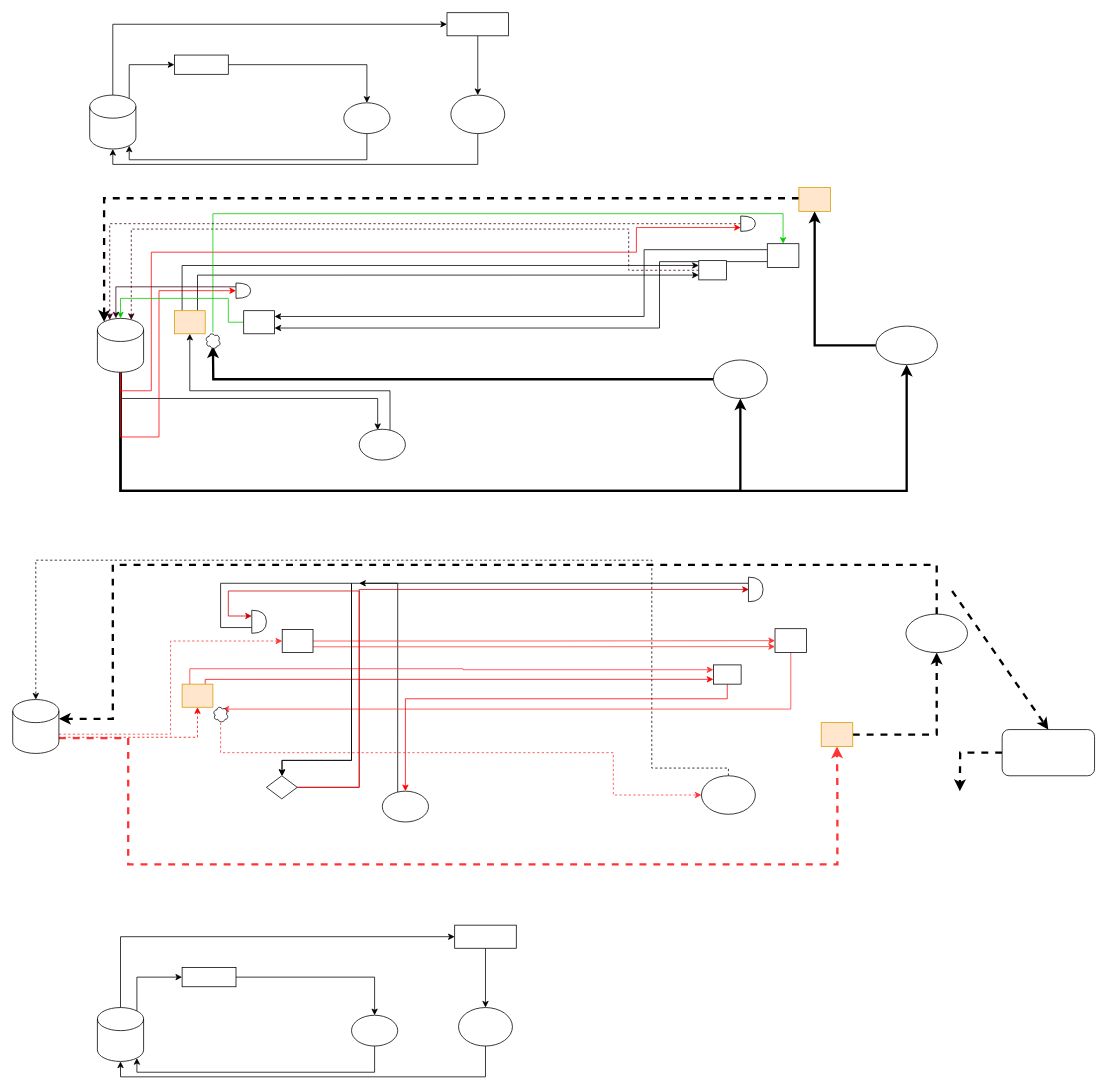
Above: Untitled Diagram.drawio in clearriver/draw (draw.io), before the change. Source tidied: cells renumbered, new cells numbered last; positions are measured from the earlier drawing's top-left corner, leaving out a move shared by most shapes. Both pictures are drawn from the tidied source at 77%, with x=0, y=0 at pixel (12, 12).
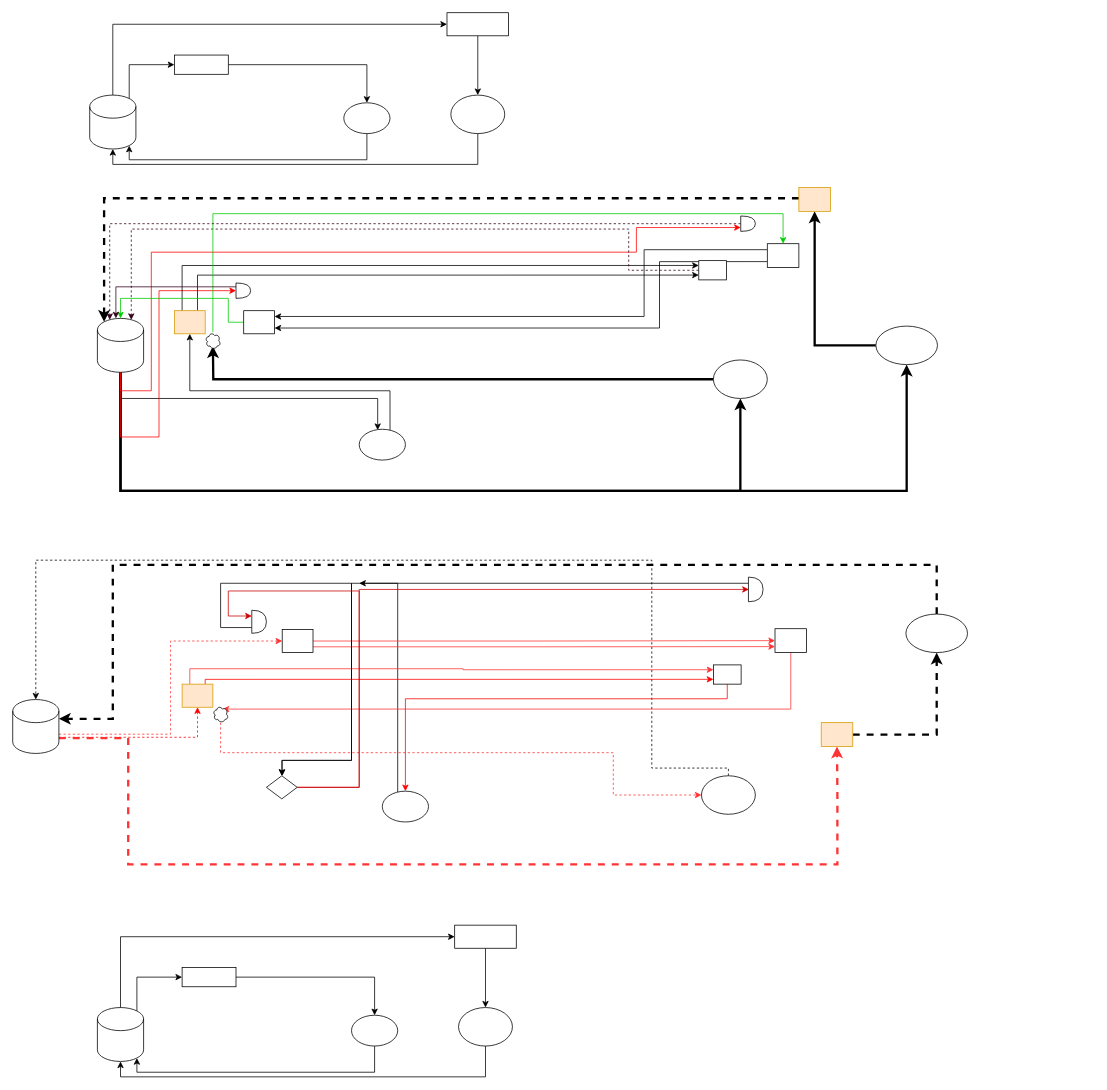
Above is the later version.

What changed in the source:
```diff
@@
-    <mxCell id="71" style="edgeStyle=orthogonalEdgeStyle;rounded=0;jettySize=auto;html=1;dashed=1;strokeColor=#000000;strokeWidth=3;" parent="1" edge="1" source="72">
-      <mxGeometry relative="1" as="geometry">
-        <mxPoint x="1230" y="1011" as="targetPoint" />
-      </mxGeometry>
-    </mxCell>
-    <mxCell id="72" style="rounded=1;whiteSpace=wrap;html=1;" parent="1" vertex="1">
-      <mxGeometry x="1285" y="931" width="120" height="60" as="geometry" />
-    </mxCell>
-    <mxCell id="73" style="endArrow=classic;html=1;dashed=1;strokeColor=#000000;strokeWidth=3;entryX=0.5;entryY=0;entryDx=0;entryDy=0;" parent="1" edge="1" target="72">
-      <mxGeometry relative="1" as="geometry">
-        <mxPoint x="1220" y="751" as="sourcePoint" />
-      </mxGeometry>
-    </mxCell>
```
